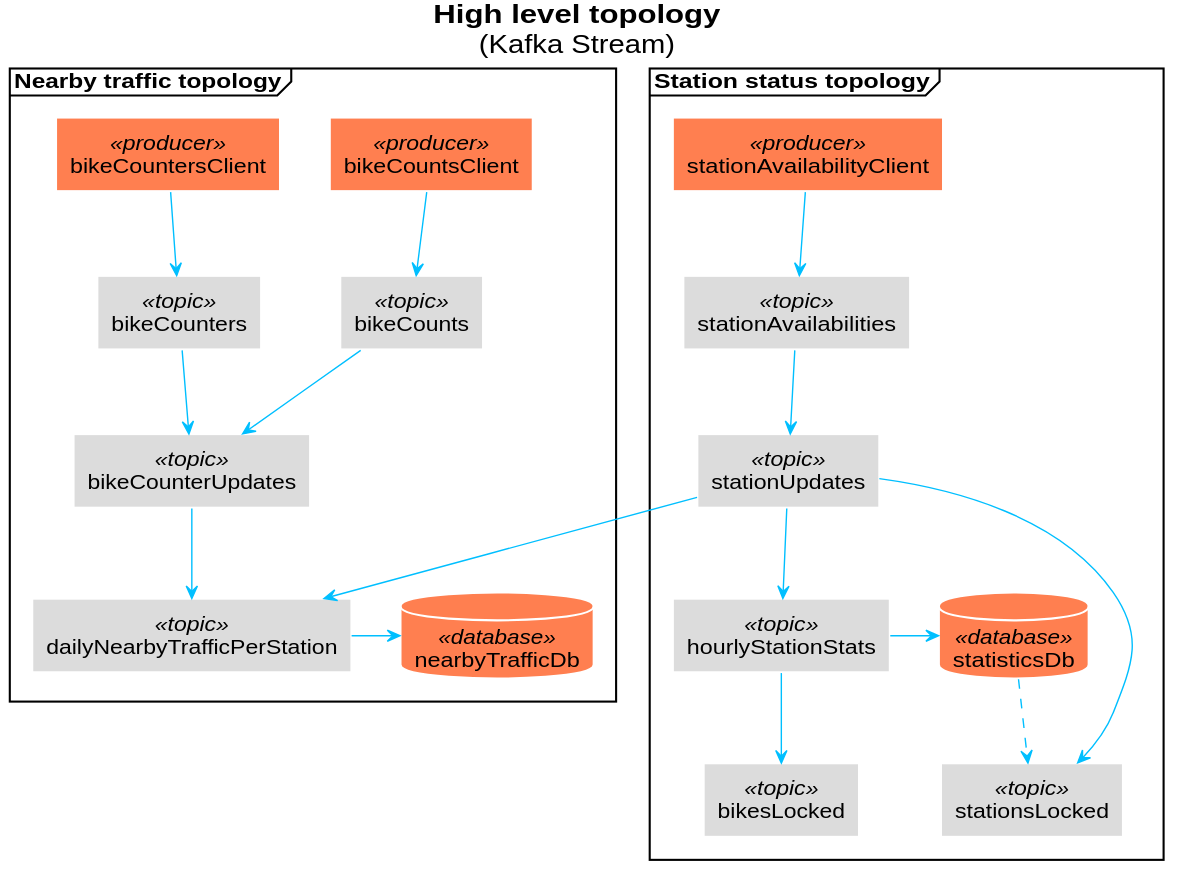
This is docs/plantuml/high_level_topology.svg from ouvreboite/velinfo_kafka_prototype, a PlantUML export, as it was before one commit.
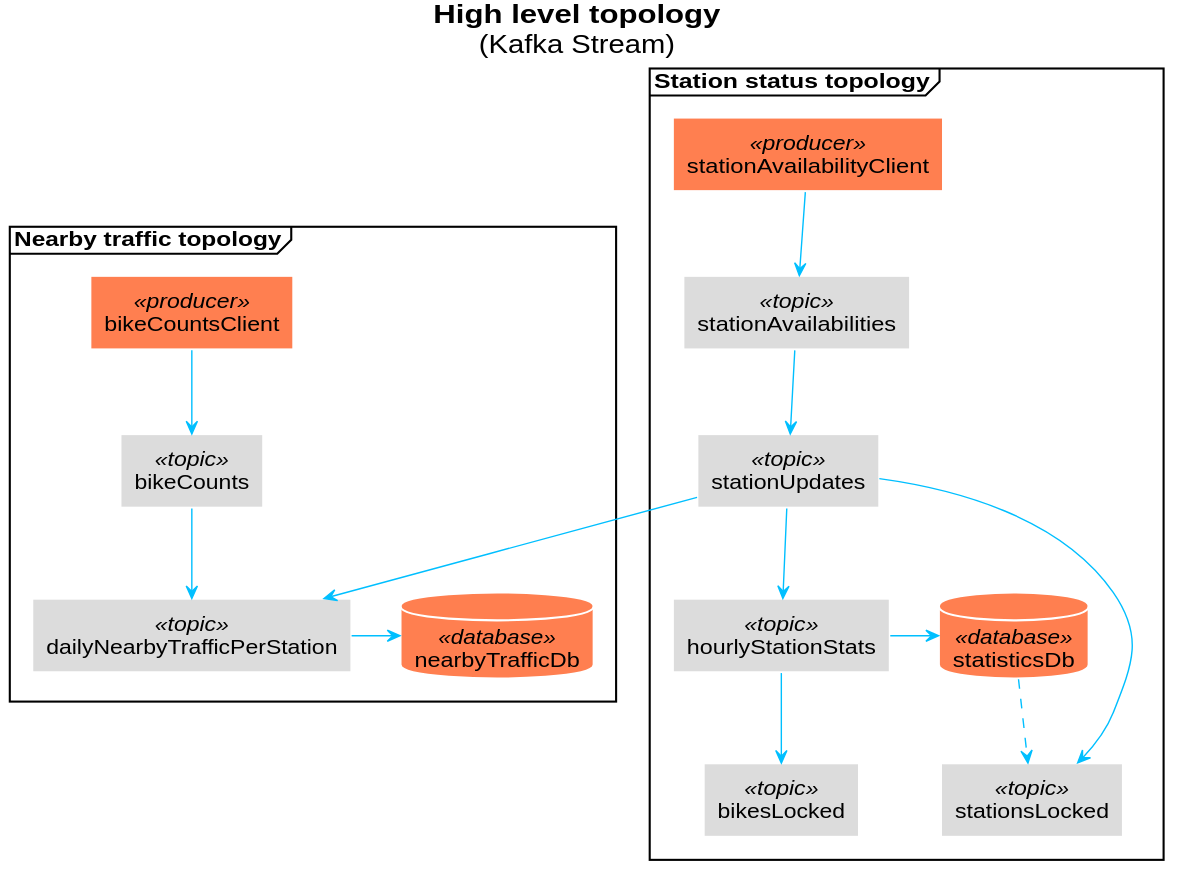
The same diagram one commit later.

Change to the diagram source:
```diff
@@ -25,19 +25,13 @@
 
 frame "Nearby traffic topology"{
    rectangle bikeCountsClient <<producer>>
-   rectangle bikeCountersClient <<producer>>
    rectangle bikeCounts <<topic>>
-   rectangle bikeCounters <<topic>>
-   rectangle bikeCounterUpdates <<topic>>
    rectangle dailyNearbyTrafficPerStation <<topic>>
    database nearbyTrafficDb<<database>>
 }
 
 bikeCountsClient --> bikeCounts
-bikeCountersClient --> bikeCounters
-bikeCounts --> bikeCounterUpdates
-bikeCounters --> bikeCounterUpdates
-bikeCounterUpdates --> dailyNearbyTrafficPerStation
+bikeCounts --> dailyNearbyTrafficPerStation
 stationUpdates --> dailyNearbyTrafficPerStation
 dailyNearbyTrafficPerStation -> nearbyTrafficDb
 
```
